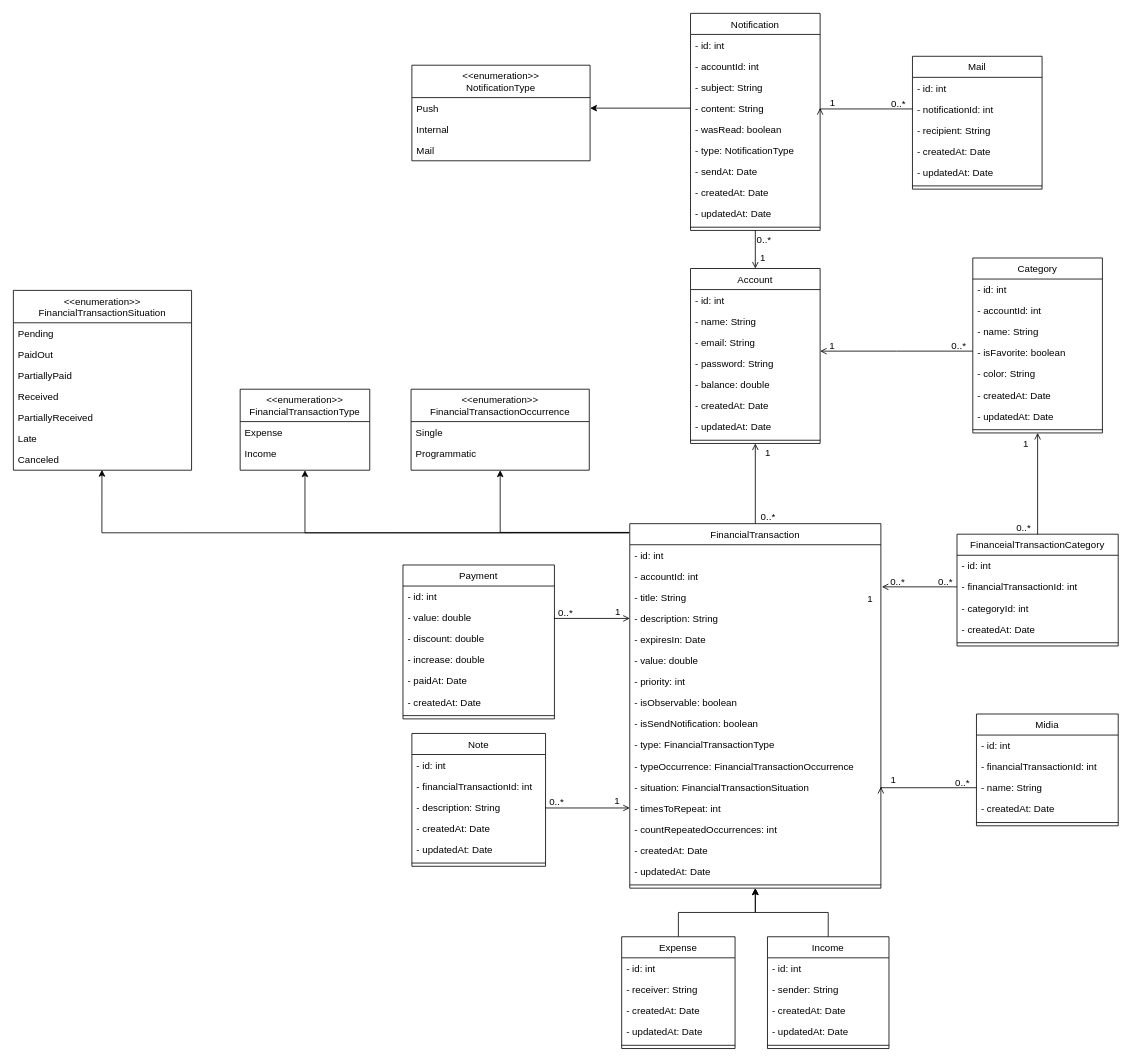
Above: docs/class.diagram.drawio in Danrley-Ruan-Saquetti/esliph-finance (draw.io), before the change. Source tidied: cells renumbered, new cells numbered last; positions are measured from the earlier drawing's top-left corner, leaving out a move shared by most shapes. Both pictures are drawn from the tidied source at 81%, with x=0, y=0 at pixel (13, 13).
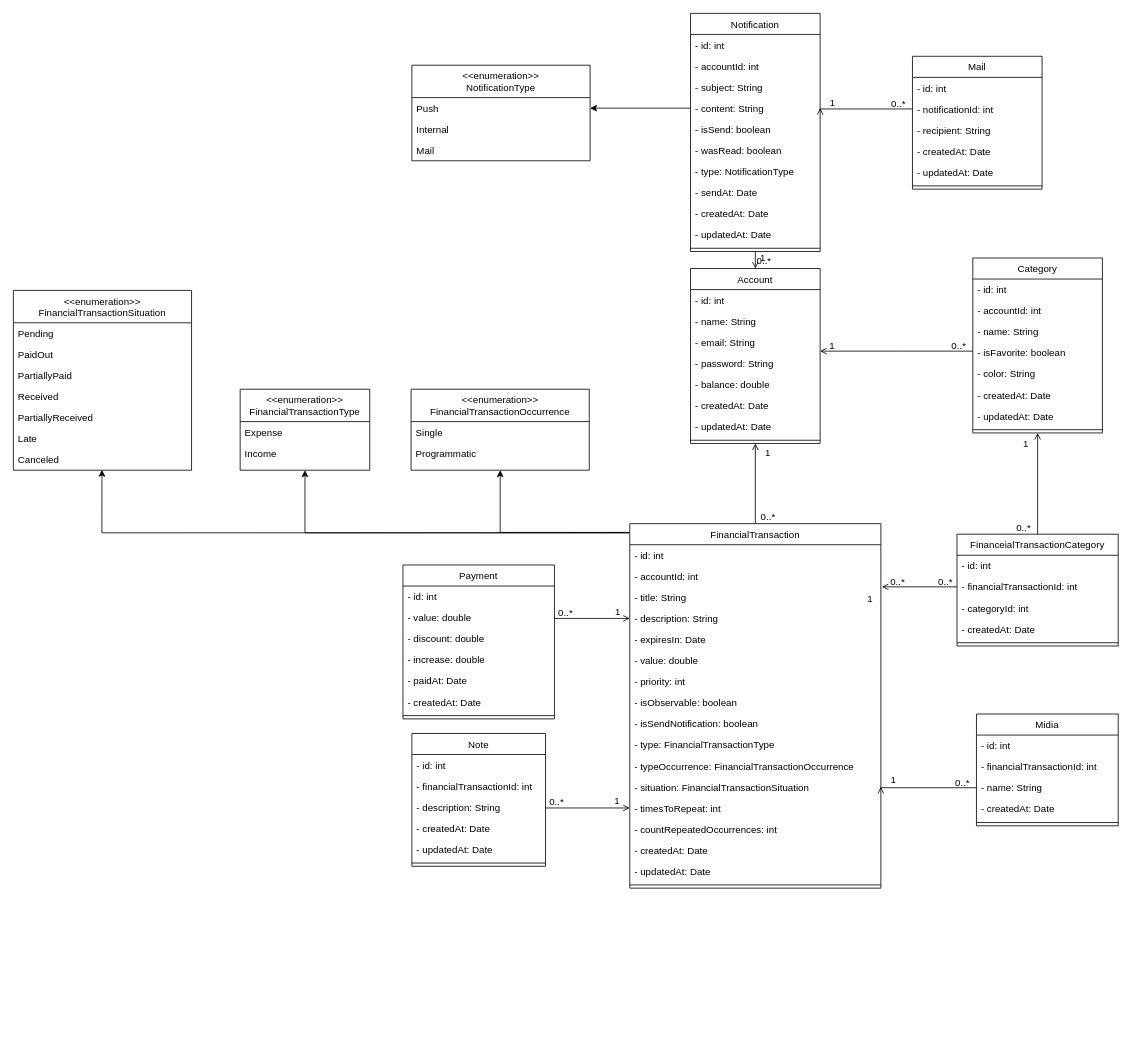
After the change.

Unchanged cells that the change refers to:
```xml
<mxCell id="26" value="FinancialTransaction" style="swimlane;fontStyle=0;align=center;verticalAlign=top;horizontal=1;startSize=26;rounded=0;shadow=0;strokeWidth=1;" parent="1" vertex="1">
  <mxGeometry x="761" y="630" width="310" height="450" as="geometry" />
</mxCell>
```

What changed in the source:
```diff
@@
-    <mxCell id="58" style="edgeStyle=orthogonalEdgeStyle;rounded=0;jettySize=auto;html=1;entryX=0.5;entryY=1;entryDx=0;entryDy=0;" parent="1" edge="1" source="59" target="26">
-      <mxGeometry relative="1" as="geometry" />
-    </mxCell>
-    <mxCell id="59" value="Expense" style="swimlane;fontStyle=0;align=center;verticalAlign=top;horizontal=1;startSize=26;rounded=0;shadow=0;strokeWidth=1;" parent="1" vertex="1">
-      <mxGeometry x="751" y="1140" width="140" height="138" as="geometry" />
-    </mxCell>
-    <mxCell id="60" value="- id: int" style="text;align=left;verticalAlign=top;spacingLeft=4;spacingRight=4;overflow=hidden;" parent="59" vertex="1">
-      <mxGeometry y="26" width="140" height="26" as="geometry" />
-    </mxCell>
-    <mxCell id="61" value="- receiver: String" style="text;align=left;verticalAlign=top;spacingLeft=4;spacingRight=4;overflow=hidden;" parent="59" vertex="1">
-      <mxGeometry y="52" width="140" height="26" as="geometry" />
-    </mxCell>
-    <mxCell id="62" value="- createdAt: Date" style="text;align=left;verticalAlign=top;spacingLeft=4;spacingRight=4;overflow=hidden;rounded=0;shadow=0;html=0;" parent="59" vertex="1">
-      <mxGeometry y="78" width="140" height="26" as="geometry" />
-    </mxCell>
-    <mxCell id="63" value="- updatedAt: Date" style="text;align=left;verticalAlign=top;spacingLeft=4;spacingRight=4;overflow=hidden;rounded=0;shadow=0;html=0;" parent="59" vertex="1">
-      <mxGeometry y="104" width="140" height="26" as="geometry" />
-    </mxCell>
-    <mxCell id="64" style="line;html=1;strokeWidth=1;align=left;verticalAlign=middle;spacingTop=-1;spacingLeft=3;spacingRight=3;labelPosition=right;" parent="59" vertex="1">
-      <mxGeometry y="130" width="140" height="8" as="geometry" />
-    </mxCell>
-    <mxCell id="65" style="edgeStyle=orthogonalEdgeStyle;rounded=0;jettySize=auto;html=1;entryX=0.5;entryY=1;entryDx=0;entryDy=0;" parent="1" edge="1" source="66" target="26">
-      <mxGeometry relative="1" as="geometry" />
-    </mxCell>
-    <mxCell id="66" value="Income" style="swimlane;fontStyle=0;align=center;verticalAlign=top;horizontal=1;startSize=26;rounded=0;shadow=0;strokeWidth=1;" parent="1" vertex="1">
-      <mxGeometry x="931" y="1140" width="150" height="138" as="geometry" />
-    </mxCell>
-    <mxCell id="67" value="- id: int" style="text;align=left;verticalAlign=top;spacingLeft=4;spacingRight=4;overflow=hidden;" parent="66" vertex="1">
-      <mxGeometry y="26" width="150" height="26" as="geometry" />
-    </mxCell>
-    <mxCell id="68" value="- sender: String" style="text;align=left;verticalAlign=top;spacingLeft=4;spacingRight=4;overflow=hidden;" parent="66" vertex="1">
-      <mxGeometry y="52" width="150" height="26" as="geometry" />
-    </mxCell>
-    <mxCell id="69" value="- createdAt: Date" style="text;align=left;verticalAlign=top;spacingLeft=4;spacingRight=4;overflow=hidden;rounded=0;shadow=0;html=0;" parent="66" vertex="1">
-      <mxGeometry y="78" width="150" height="26" as="geometry" />
-    </mxCell>
-    <mxCell id="70" value="- updatedAt: Date" style="text;align=left;verticalAlign=top;spacingLeft=4;spacingRight=4;overflow=hidden;rounded=0;shadow=0;html=0;" parent="66" vertex="1">
-      <mxGeometry y="104" width="150" height="26" as="geometry" />
-    </mxCell>
-    <mxCell id="71" style="line;html=1;strokeWidth=1;align=left;verticalAlign=middle;spacingTop=-1;spacingLeft=3;spacingRight=3;labelPosition=right;" parent="66" vertex="1">
-      <mxGeometry y="130" width="150" height="8" as="geometry" />
-    </mxCell>
@@
     <mxCell id="75" value="Notification" style="swimlane;fontStyle=0;align=center;verticalAlign=top;horizontal=1;startSize=26;rounded=0;shadow=0;strokeWidth=1;" parent="1" vertex="1">
-      <mxGeometry x="836" width="160" height="268" as="geometry" />
+      <mxGeometry x="836" width="160" height="294" as="geometry" />
     </mxCell>
@@
+    <mxCell id="147" value="- isSend: boolean" style="text;align=left;verticalAlign=top;spacingLeft=4;spacingRight=4;overflow=hidden;rounded=0;shadow=0;html=0;" parent="75" vertex="1">
+      <mxGeometry y="130" width="160" height="26" as="geometry" />
+    </mxCell>
     <mxCell id="80" value="- wasRead: boolean" style="text;align=left;verticalAlign=top;spacingLeft=4;spacingRight=4;overflow=hidden;rounded=0;shadow=0;html=0;" parent="75" vertex="1">
-      <mxGeometry y="130" width="160" height="26" as="geometry" />
+      <mxGeometry y="156" width="160" height="26" as="geometry" />
     </mxCell>
     <mxCell id="81" value="- type: NotificationType" style="text;align=left;verticalAlign=top;spacingLeft=4;spacingRight=4;overflow=hidden;rounded=0;shadow=0;html=0;" parent="75" vertex="1">
-      <mxGeometry y="156" width="160" height="26" as="geometry" />
+      <mxGeometry y="182" width="160" height="26" as="geometry" />
     </mxCell>
     <mxCell id="82" value="- sendAt: Date" style="text;align=left;verticalAlign=top;spacingLeft=4;spacingRight=4;overflow=hidden;rounded=0;shadow=0;html=0;" parent="75" vertex="1">
-      <mxGeometry y="182" width="160" height="26" as="geometry" />
+      <mxGeometry y="208" width="160" height="26" as="geometry" />
     </mxCell>
     <mxCell id="83" value="- createdAt: Date" style="text;align=left;verticalAlign=top;spacingLeft=4;spacingRight=4;overflow=hidden;rounded=0;shadow=0;html=0;" parent="75" vertex="1">
-      <mxGeometry y="208" width="160" height="26" as="geometry" />
+      <mxGeometry y="234" width="160" height="26" as="geometry" />
     </mxCell>
     <mxCell id="84" value="- updatedAt: Date" style="text;align=left;verticalAlign=top;spacingLeft=4;spacingRight=4;overflow=hidden;rounded=0;shadow=0;html=0;" parent="75" vertex="1">
-      <mxGeometry y="234" width="160" height="26" as="geometry" />
+      <mxGeometry y="260" width="160" height="26" as="geometry" />
     </mxCell>
     <mxCell id="85" style="line;html=1;strokeWidth=1;align=left;verticalAlign=middle;spacingTop=-1;spacingLeft=3;spacingRight=3;labelPosition=right;" parent="75" vertex="1">
-      <mxGeometry y="260" width="160" height="8" as="geometry" />
+      <mxGeometry y="286" width="160" height="8" as="geometry" />
     </mxCell>
```
